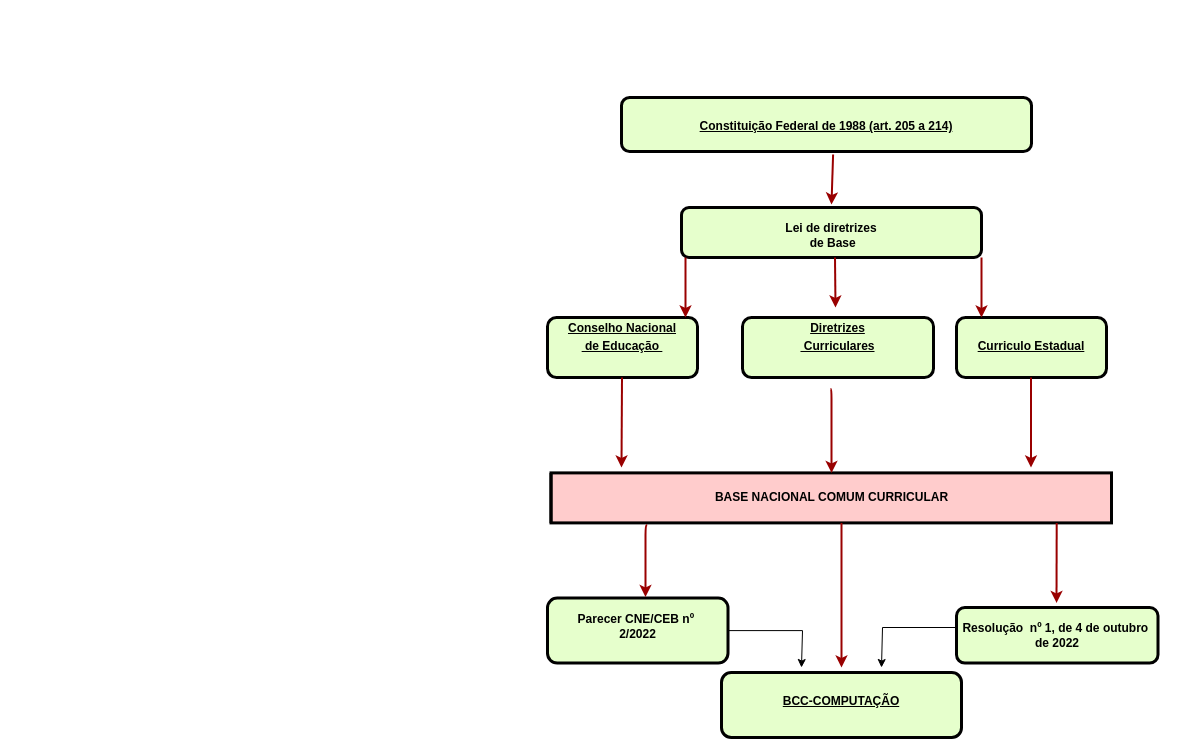
Before: Organização documentos educação.drawio in RosianeSangali/RosianeSangali, a draw.io diagram. Source tidied: cells renumbered, new cells numbered last; positions are measured from the earlier drawing's top-left corner, leaving out a move shared by most shapes. Both pictures are drawn from the tidied source at 100%, with x=0, y=0 at pixel (547, 97).
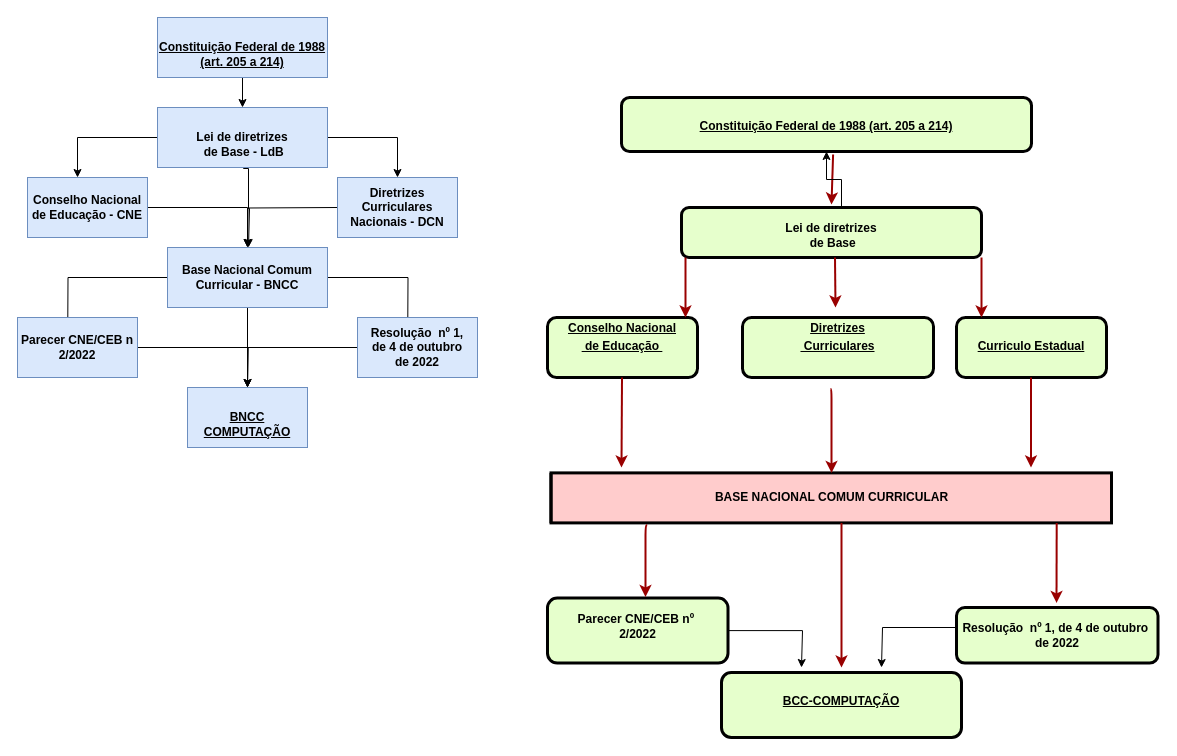
After the change.

Unchanged cells that the change refers to:
```xml
<mxCell id="3" value="&lt;p style=&quot;margin: 0px; margin-top: 4px; text-align: center; text-decoration: underline;&quot;&gt;&lt;span style=&quot;text-wrap-mode: wrap;&quot;&gt;&lt;br&gt;&lt;/span&gt;&lt;/p&gt;&lt;p style=&quot;margin: 0px; margin-top: 4px; text-align: center; text-decoration: underline;&quot;&gt;&lt;span style=&quot;text-wrap-mode: wrap;&quot;&gt;Constituição Federal de 1988 (art. 205 a 214)&lt;/span&gt;&lt;/p&gt;" style="verticalAlign=middle;align=center;overflow=fill;fontSize=12;fontFamily=Helvetica;html=1;rounded=1;fontStyle=1;strokeWidth=3;fillColor=#E6FFCC;" parent="1" vertex="1">
  <mxGeometry x="74" width="410" height="54" as="geometry" />
</mxCell>
<mxCell id="14" value="&lt;div&gt;&lt;br&gt;&lt;/div&gt;&lt;div&gt;Lei de diretrizes&lt;/div&gt;&lt;div&gt;&amp;nbsp;de Base&lt;/div&gt;" style="verticalAlign=middle;align=center;overflow=fill;fontSize=12;fontFamily=Helvetica;html=1;rounded=1;fontStyle=1;strokeWidth=3;fillColor=#E6FFCC;" parent="1" vertex="1">
  <mxGeometry x="134" y="110" width="300" height="50" as="geometry" />
</mxCell>
```

Change to the diagram source:
```diff
@@
+    <mxCell id="23" style="edgeStyle=orthogonalEdgeStyle;rounded=0;jettySize=auto;html=1;" parent="1" edge="1" source="14" target="3">
+      <mxGeometry relative="1" as="geometry">
+        <Array as="points">
+          <mxPoint x="294" y="82" />
+          <mxPoint x="279" y="82" />
+        </Array>
+      </mxGeometry>
+    </mxCell>
@@
+    <mxCell id="24" style="edgeStyle=orthogonalEdgeStyle;rounded=0;jettySize=auto;html=1;" parent="1" edge="1" source="25" target="29">
+      <mxGeometry relative="1" as="geometry" />
+    </mxCell>
+    <mxCell id="25" value="&lt;div&gt;&lt;br&gt;&lt;/div&gt;&lt;div&gt;&lt;span style=&quot;font-weight: 700; text-decoration-line: underline;&quot;&gt;Constituição Federal de 1988 (art. 205 a 214)&lt;/span&gt;&lt;/div&gt;" style="rounded=0;whiteSpace=wrap;html=1;fillColor=#dae8fc;strokeColor=#6c8ebf;" parent="1" vertex="1">
+      <mxGeometry x="-390" y="-80" width="170" height="60" as="geometry" />
+    </mxCell>
+    <mxCell id="26" style="edgeStyle=orthogonalEdgeStyle;rounded=0;jettySize=auto;html=1;entryX=0.417;entryY=0;entryDx=0;entryDy=0;entryPerimeter=0;" parent="1" edge="1" source="29" target="31">
+      <mxGeometry relative="1" as="geometry" />
+    </mxCell>
+    <mxCell id="27" style="edgeStyle=orthogonalEdgeStyle;rounded=0;jettySize=auto;html=1;entryX=0.5;entryY=0;entryDx=0;entryDy=0;" parent="1" edge="1" source="29" target="33">
+      <mxGeometry relative="1" as="geometry" />
+    </mxCell>
+    <mxCell id="28" style="edgeStyle=orthogonalEdgeStyle;rounded=0;orthogonalLoop=1;jettySize=auto;html=1;" parent="1" edge="1">
+      <mxGeometry relative="1" as="geometry">
+        <mxPoint x="-304" y="70" as="sourcePoint" />
+        <mxPoint x="-299" y="150" as="targetPoint" />
+        <Array as="points">
+          <mxPoint x="-304" y="71" />
+          <mxPoint x="-299" y="71" />
+          <mxPoint x="-299" y="111" />
+          <mxPoint x="-298" y="111" />
+        </Array>
+      </mxGeometry>
+    </mxCell>
+    <mxCell id="29" value="&lt;br&gt;&lt;div&gt;&lt;div style=&quot;font-weight: 700; text-wrap-mode: nowrap;&quot;&gt;Lei de diretrizes&lt;/div&gt;&lt;div style=&quot;font-weight: 700; text-wrap-mode: nowrap;&quot;&gt;&amp;nbsp;de Base - LdB&lt;/div&gt;&lt;/div&gt;" style="rounded=0;whiteSpace=wrap;html=1;fillColor=#dae8fc;strokeColor=#6c8ebf;" parent="1" vertex="1">
+      <mxGeometry x="-390" y="10" width="170" height="60" as="geometry" />
+    </mxCell>
+    <mxCell id="30" style="edgeStyle=orthogonalEdgeStyle;rounded=0;jettySize=auto;html=1;entryX=0.5;entryY=0;entryDx=0;entryDy=0;" parent="1" edge="1" source="31" target="37">
+      <mxGeometry relative="1" as="geometry" />
+    </mxCell>
+    <mxCell id="31" value="&lt;b&gt;Conselho Nacional de Educação - CNE&lt;/b&gt;" style="rounded=0;whiteSpace=wrap;html=1;fillColor=#dae8fc;strokeColor=#6c8ebf;" parent="1" vertex="1">
+      <mxGeometry x="-520" y="80" width="120" height="60" as="geometry" />
+    </mxCell>
+    <mxCell id="32" style="edgeStyle=orthogonalEdgeStyle;rounded=0;orthogonalLoop=1;jettySize=auto;html=1;" parent="1" edge="1">
+      <mxGeometry relative="1" as="geometry">
+        <mxPoint x="-210" y="110" as="sourcePoint" />
+        <mxPoint x="-300" y="150" as="targetPoint" />
+      </mxGeometry>
+    </mxCell>
+    <mxCell id="33" value="&lt;b&gt;Diretrizes Curriculares Nacionais - DCN&lt;/b&gt;" style="rounded=0;whiteSpace=wrap;html=1;fillColor=#dae8fc;strokeColor=#6c8ebf;" parent="1" vertex="1">
+      <mxGeometry x="-210" y="80" width="120" height="60" as="geometry" />
+    </mxCell>
+    <mxCell id="34" style="edgeStyle=orthogonalEdgeStyle;rounded=0;jettySize=auto;html=1;" parent="1" edge="1" source="37">
+      <mxGeometry relative="1" as="geometry">
+        <mxPoint x="-480" y="280" as="targetPoint" />
+      </mxGeometry>
+    </mxCell>
+    <mxCell id="35" style="edgeStyle=orthogonalEdgeStyle;rounded=0;jettySize=auto;html=1;" parent="1" edge="1" source="37">
+      <mxGeometry relative="1" as="geometry">
+        <mxPoint x="-140" y="280" as="targetPoint" />
+      </mxGeometry>
+    </mxCell>
+    <mxCell id="36" style="edgeStyle=orthogonalEdgeStyle;rounded=0;jettySize=auto;html=1;" parent="1" edge="1" source="37" target="42">
+      <mxGeometry relative="1" as="geometry" />
+    </mxCell>
+    <mxCell id="37" value="&lt;b&gt;Base Nacional Comum Curricular - BNCC&lt;/b&gt;" style="rounded=0;whiteSpace=wrap;html=1;fillColor=#dae8fc;strokeColor=#6c8ebf;" parent="1" vertex="1">
+      <mxGeometry x="-380" y="150" width="160" height="60" as="geometry" />
+    </mxCell>
+    <mxCell id="38" style="edgeStyle=orthogonalEdgeStyle;rounded=0;jettySize=auto;html=1;" parent="1" edge="1" source="39">
+      <mxGeometry relative="1" as="geometry">
+        <mxPoint x="-300" y="290" as="targetPoint" />
+      </mxGeometry>
+    </mxCell>
+    <mxCell id="39" value="&lt;b&gt;Parecer CNE/CEB n 2/2022&lt;/b&gt;" style="rounded=0;whiteSpace=wrap;html=1;fillColor=#dae8fc;strokeColor=#6c8ebf;" parent="1" vertex="1">
+      <mxGeometry x="-530" y="220" width="120" height="60" as="geometry" />
+    </mxCell>
+    <mxCell id="40" style="edgeStyle=orthogonalEdgeStyle;rounded=0;jettySize=auto;html=1;" parent="1" edge="1" source="41">
+      <mxGeometry relative="1" as="geometry">
+        <mxPoint x="-300" y="290" as="targetPoint" />
+      </mxGeometry>
+    </mxCell>
+    <mxCell id="41" value="&lt;div&gt;&lt;font style=&quot;font-weight: 700; text-wrap-mode: nowrap; vertical-align: inherit;&quot;&gt;Resolução&amp;nbsp; nº 1,&lt;/font&gt;&lt;/div&gt;&lt;div&gt;&lt;font style=&quot;font-weight: 700; text-wrap-mode: nowrap; vertical-align: inherit;&quot;&gt;&amp;nbsp;de 4 de outubro&amp;nbsp;&lt;/font&gt;&lt;div style=&quot;font-weight: 700; text-wrap-mode: nowrap;&quot;&gt;de 2022&lt;/div&gt;&lt;/div&gt;" style="rounded=0;whiteSpace=wrap;html=1;fillColor=#dae8fc;strokeColor=#6c8ebf;" parent="1" vertex="1">
+      <mxGeometry x="-190" y="220" width="120" height="60" as="geometry" />
+    </mxCell>
+    <mxCell id="42" value="&lt;div&gt;&lt;br&gt;&lt;/div&gt;&lt;div&gt;&lt;span style=&quot;font-weight: 700; text-wrap-mode: nowrap; text-decoration-line: underline;&quot;&gt;BNCC&lt;/span&gt;&lt;/div&gt;&lt;div&gt;&lt;span style=&quot;font-weight: 700; text-wrap-mode: nowrap; text-decoration-line: underline;&quot;&gt;COMPUTAÇÃO&lt;/span&gt;&lt;/div&gt;" style="whiteSpace=wrap;html=1;fillColor=#dae8fc;strokeColor=#6c8ebf;rounded=0;" parent="1" vertex="1">
+      <mxGeometry x="-360" y="290" width="120" height="60" as="geometry" />
+    </mxCell>
```
